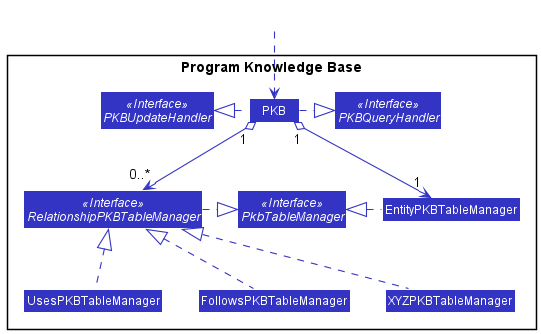
Before: Team05/Code05/docs/PKBClassDiagram.png, a diagram exported from PlantUML (lowkangn/22s1-cp-spa-team-05). The source it was exported from:
```plantuml
@startuml
!include style.puml
skinparam arrowThickness 1.1
skinparam arrowColor PKB_COLOR
skinparam classBackgroundColor PKB_COLOR

Package "Program Knowledge Base" <<Rectangle>>{
Interface PKBUpdateHandler <<Interface>>
Interface PKBQueryHandler <<Interface>>
Interface PkbTableManager <<Interface>>
Interface RelationshipPKBTableManager <<Interface>>

Class PKB
Class EntityPKBTableManager
Class UsesPKBTableManager
Class FollowsPKBTableManager
Class XYZPKBTableManager

}

Class HiddenOutside #FFFFFF
HiddenOutside ..> PKB

PKB .right.|> PKBQueryHandler
PKB .left.|> PKBUpdateHandler
EntityPKBTableManager .left.|> PkbTableManager
RelationshipPKBTableManager .right.|> PkbTableManager
PKB "1" o--> "1" EntityPKBTableManager
PKB "1" o--> "0..*" RelationshipPKBTableManager

UsesPKBTableManager .up.|> RelationshipPKBTableManager
FollowsPKBTableManager .up.|> RelationshipPKBTableManager
XYZPKBTableManager .up.|> RelationshipPKBTableManager

@enduml
```
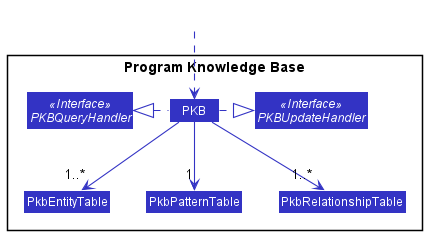
The same file after the commit.

Commit message:
Update Architecture diagram, export pngs

What changed in the source:
```diff
@@ -7,29 +7,21 @@
 Package "Program Knowledge Base" <<Rectangle>>{
 Interface PKBUpdateHandler <<Interface>>
 Interface PKBQueryHandler <<Interface>>
-Interface PkbTableManager <<Interface>>
-Interface RelationshipPKBTableManager <<Interface>>
 
 Class PKB
-Class EntityPKBTableManager
-Class UsesPKBTableManager
-Class FollowsPKBTableManager
-Class XYZPKBTableManager
+Class PkbEntityTable
+Class PkbPatternTable
+Class PkbRelationshipTable
 
 }
 
 Class HiddenOutside #FFFFFF
 HiddenOutside ..> PKB
 
-PKB .right.|> PKBQueryHandler
-PKB .left.|> PKBUpdateHandler
-EntityPKBTableManager .left.|> PkbTableManager
-RelationshipPKBTableManager .right.|> PkbTableManager
-PKB "1" o--> "1" EntityPKBTableManager
-PKB "1" o--> "0..*" RelationshipPKBTableManager
-
-UsesPKBTableManager .up.|> RelationshipPKBTableManager
-FollowsPKBTableManager .up.|> RelationshipPKBTableManager
-XYZPKBTableManager .up.|> RelationshipPKBTableManager
+PKB .left.|> PKBQueryHandler
+PKB .right.|> PKBUpdateHandler
+PKB -down-> "1..*" PkbEntityTable
+PKB -down-> "1" PkbPatternTable
+PKB -down-> "1..*" PkbRelationshipTable
 
 @enduml
```
